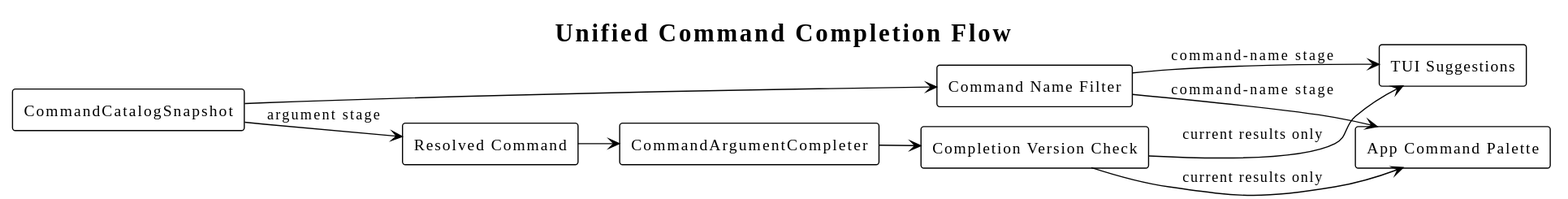
This is diagrams/command/09-completion-flow.svg from superheromeZzh/pi-mono-java-design, a PlantUML export, as it was before one commit. Source of this version:
```plantuml
@startuml
!theme plain
!pragma layout smetana
skinparam defaultFontName "SansSerif"
skinparam shadowing false
skinparam backgroundColor transparent
title Unified Command Completion Flow

left to right direction
rectangle CommandCatalogSnapshot as Catalog
rectangle "Command Name Filter" as NameFilter
rectangle "Resolved Command" as Resolved
rectangle CommandArgumentCompleter as Completer
rectangle "Completion Version Check" as VersionCheck
rectangle "TUI Suggestions" as TUI
rectangle "App Command Palette" as App

Catalog --> NameFilter
NameFilter --> TUI : command-name stage
NameFilter --> App : command-name stage
Catalog --> Resolved : argument stage
Resolved --> Completer
Completer --> VersionCheck
VersionCheck --> TUI : current results only
VersionCheck --> App : current results only
@enduml
```
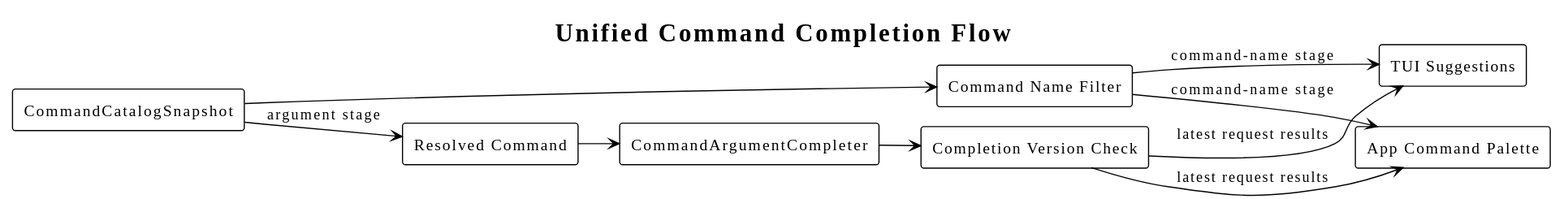
Above is the later version.

The edit, as a diff of the source:
```diff
@@ -21,6 +21,6 @@
 Catalog --> Resolved : argument stage
 Resolved --> Completer
 Completer --> VersionCheck
-VersionCheck --> TUI : current results only
-VersionCheck --> App : current results only
+VersionCheck --> TUI : latest request results
+VersionCheck --> App : latest request results
 @enduml
```
